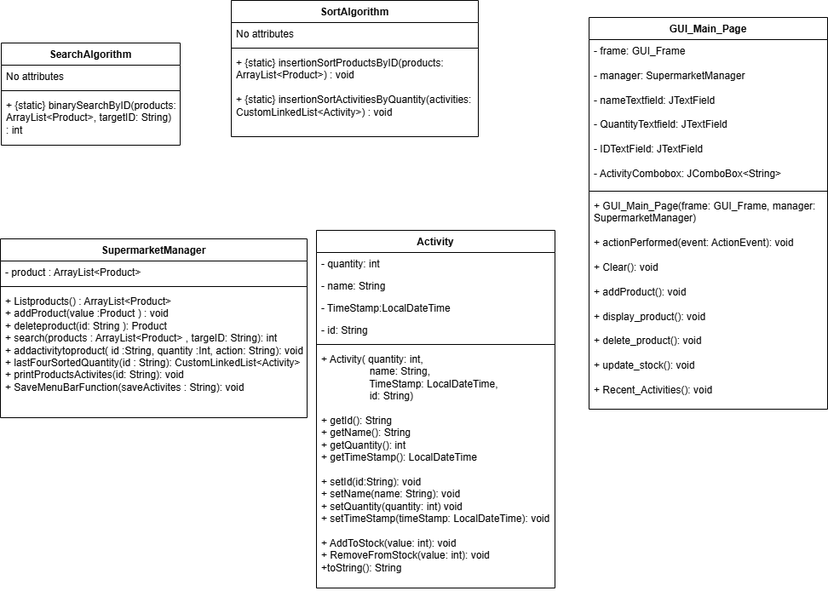
Earlier version of the draw.io export SupermarketMangementSystemUMLdiagram.drawio.png (helgabear26/CS5003-Coursework1-Supermarket-Project). Source tidied: cells renumbered, new cells last; positions are measured from the earlier drawing's top-left corner, leaving out a move shared by most shapes.
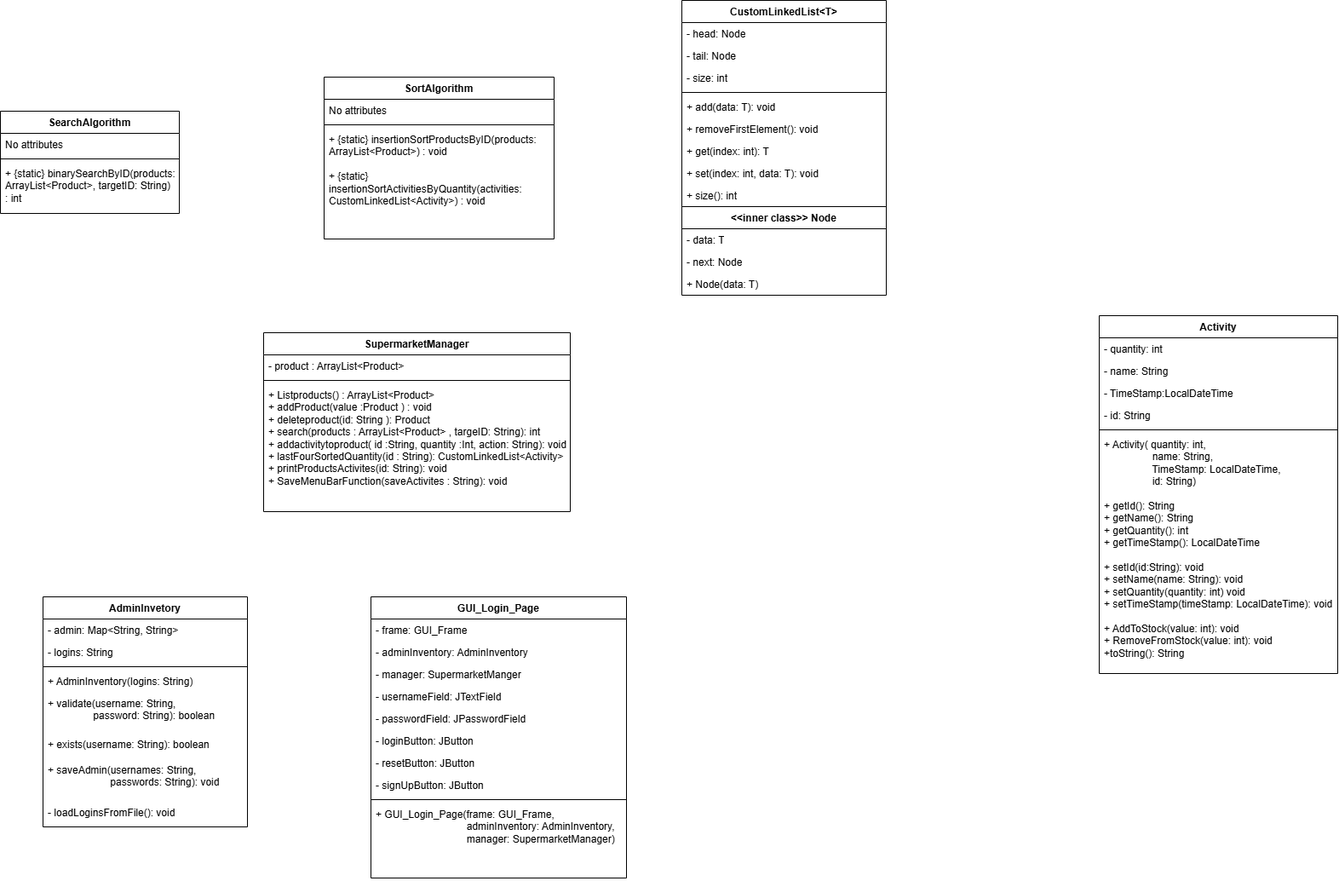
The same file after the commit.

Diff of the diagram source:
```diff
@@ -3,7 +3,7 @@
     <mxCell id="0" />
     <mxCell id="1" parent="0" />
     <mxCell id="2" value="&lt;span style=&quot;background-color: light-dark(#ffffff, var(--ge-dark-color, #121212));&quot;&gt;SearchAlgorithm&lt;/span&gt;" style="swimlane;fontStyle=1;align=center;verticalAlign=top;horizontal=1;startSize=26;whiteSpace=wrap;html=1;" parent="1" vertex="1">
-      <mxGeometry x="1" y="50" width="210" height="120" as="geometry" />
+      <mxGeometry x="-309" y="20" width="210" height="120" as="geometry" />
     </mxCell>
     <mxCell id="3" value="No attributes" style="text;strokeColor=none;fillColor=none;align=left;verticalAlign=top;spacingLeft=4;spacingRight=4;overflow=hidden;whiteSpace=wrap;html=1;" parent="2" vertex="1">
       <mxGeometry y="26" width="210" height="26" as="geometry" />
@@ -15,19 +15,19 @@
       <mxGeometry y="60" width="210" height="60" as="geometry" />
     </mxCell>
     <mxCell id="6" value="SortAlgorithm" style="swimlane;fontStyle=1;align=center;verticalAlign=top;horizontal=1;startSize=26;whiteSpace=wrap;html=1;" parent="1" vertex="1">
-      <mxGeometry x="271" width="290" height="160" as="geometry" />
+      <mxGeometry x="71" y="-20" width="270" height="190" as="geometry" />
     </mxCell>
     <mxCell id="7" value="No attributes" style="text;strokeColor=none;fillColor=none;align=left;verticalAlign=top;spacingLeft=4;spacingRight=4;overflow=hidden;whiteSpace=wrap;html=1;" parent="6" vertex="1">
-      <mxGeometry y="26" width="290" height="26" as="geometry" />
+      <mxGeometry y="26" width="270" height="26" as="geometry" />
     </mxCell>
     <mxCell id="8" style="line;strokeWidth=1;fillColor=none;align=left;verticalAlign=middle;spacingTop=-1;spacingLeft=3;spacingRight=3;labelPosition=right;strokeColor=inherit;" parent="6" vertex="1">
-      <mxGeometry y="52" width="290" height="8" as="geometry" />
+      <mxGeometry y="52" width="270" height="8" as="geometry" />
     </mxCell>
     <mxCell id="9" value="+ {static} insertionSortProductsByID(products: ArrayList&amp;lt;Product&amp;gt;) : void&lt;div&gt;&lt;br&gt;&lt;/div&gt;&lt;div&gt;+&amp;nbsp;&lt;span style=&quot;background-color: transparent; color: light-dark(rgb(0, 0, 0), rgb(255, 255, 255));&quot;&gt;{static} insertionSortActivitiesByQuantity(activities: CustomLinkedList&amp;lt;Activity&amp;gt;) : void&lt;/span&gt;&lt;/div&gt;" style="text;strokeColor=none;fillColor=none;align=left;verticalAlign=top;spacingLeft=4;spacingRight=4;overflow=hidden;whiteSpace=wrap;html=1;" parent="6" vertex="1">
-      <mxGeometry y="60" width="290" height="100" as="geometry" />
+      <mxGeometry y="60" width="270" height="130" as="geometry" />
     </mxCell>
     <mxCell id="10" value="Activity" style="swimlane;fontStyle=1;align=center;verticalAlign=top;horizontal=1;startSize=26;whiteSpace=wrap;html=1;" parent="1" vertex="1">
-      <mxGeometry x="371" y="270" width="280" height="420" as="geometry" />
+      <mxGeometry x="981" y="260" width="280" height="420" as="geometry" />
     </mxCell>
     <mxCell id="11" value="- quantity: int" style="text;strokeColor=none;fillColor=none;align=left;verticalAlign=top;spacingLeft=4;spacingRight=4;overflow=hidden;whiteSpace=wrap;html=1;" parent="10" vertex="1">
       <mxGeometry y="26" width="280" height="26" as="geometry" />
@@ -59,17 +59,107 @@
     <mxCell id="20" value="+ Listproducts() : ArrayList&amp;lt;Product&amp;gt;&lt;div&gt;+ addProduct(value :&lt;span style=&quot;background-color: transparent; color: light-dark(rgb(0, 0, 0), rgb(255, 255, 255));&quot;&gt;Product&lt;/span&gt;&lt;span style=&quot;background-color: transparent; color: light-dark(rgb(0, 0, 0), rgb(255, 255, 255));&quot;&gt;&amp;nbsp;&lt;/span&gt;&lt;span style=&quot;background-color: transparent; color: light-dark(rgb(0, 0, 0), rgb(255, 255, 255));&quot;&gt;) : void&lt;/span&gt;&lt;/div&gt;&lt;div&gt;+ deleteproduct(id:&amp;nbsp;&lt;span style=&quot;background-color: transparent; color: light-dark(rgb(0, 0, 0), rgb(255, 255, 255));&quot;&gt;String&lt;/span&gt;&lt;span style=&quot;background-color: transparent; color: light-dark(rgb(0, 0, 0), rgb(255, 255, 255));&quot;&gt;&amp;nbsp;&lt;/span&gt;&lt;span style=&quot;background-color: transparent; color: light-dark(rgb(0, 0, 0), rgb(255, 255, 255));&quot;&gt;): Product&lt;/span&gt;&lt;/div&gt;&lt;div&gt;+ search(products :&amp;nbsp;&lt;span style=&quot;background-color: transparent; color: light-dark(rgb(0, 0, 0), rgb(255, 255, 255));&quot;&gt;ArrayList&amp;lt;Product&amp;gt;&lt;/span&gt;&lt;span style=&quot;background-color: transparent; color: light-dark(rgb(0, 0, 0), rgb(255, 255, 255));&quot;&gt;&amp;nbsp;&lt;/span&gt;&lt;span style=&quot;background-color: transparent; color: light-dark(rgb(0, 0, 0), rgb(255, 255, 255));&quot;&gt;, targeID:&amp;nbsp;&lt;/span&gt;&lt;span style=&quot;background-color: transparent; color: light-dark(rgb(0, 0, 0), rgb(255, 255, 255));&quot;&gt;String)&lt;/span&gt;&lt;span style=&quot;background-color: transparent; color: light-dark(rgb(0, 0, 0), rgb(255, 255, 255));&quot;&gt;: int&lt;/span&gt;&lt;/div&gt;&lt;div&gt;+ addactivitytoproduct( id :&lt;span style=&quot;background-color: transparent; color: light-dark(rgb(0, 0, 0), rgb(255, 255, 255));&quot;&gt;String&lt;/span&gt;&lt;span style=&quot;background-color: transparent; color: light-dark(rgb(0, 0, 0), rgb(255, 255, 255));&quot;&gt;, quantity :Int, action:&amp;nbsp;&lt;/span&gt;&lt;span style=&quot;background-color: transparent; color: light-dark(rgb(0, 0, 0), rgb(255, 255, 255));&quot;&gt;String&lt;/span&gt;&lt;span style=&quot;background-color: transparent; color: light-dark(rgb(0, 0, 0), rgb(255, 255, 255));&quot;&gt;): void&lt;/span&gt;&lt;/div&gt;&lt;div&gt;+ lastFourSortedQuantity(id :&amp;nbsp;&lt;span style=&quot;background-color: transparent; color: light-dark(rgb(0, 0, 0), rgb(255, 255, 255));&quot;&gt;String&lt;/span&gt;&lt;span style=&quot;background-color: transparent; color: light-dark(rgb(0, 0, 0), rgb(255, 255, 255));&quot;&gt;): CustomLinkedList&amp;lt;Activity&amp;gt;&lt;/span&gt;&lt;/div&gt;&lt;div&gt;+ printProductsActivites(id: String): void&lt;/div&gt;&lt;div&gt;+ SaveMenuBarFunction(saveActivites : String): void&lt;/div&gt;&lt;div&gt;&lt;br&gt;&lt;/div&gt;&lt;div&gt;&lt;br&gt;&lt;/div&gt;" style="text;strokeColor=none;fillColor=none;align=left;verticalAlign=top;spacingLeft=4;spacingRight=4;overflow=hidden;whiteSpace=wrap;html=1;" parent="17" vertex="1">
       <mxGeometry y="60" width="360" height="150" as="geometry" />
     </mxCell>
-    <mxCell id="21" value="GUI_Main_Page" style="swimlane;fontStyle=1;align=center;verticalAlign=top;horizontal=1;startSize=26;whiteSpace=wrap;html=1;" parent="1" vertex="1">
-      <mxGeometry x="691" y="20" width="280" height="460" as="geometry" />
-    </mxCell>
-    <mxCell id="22" value="- frame: GUI_Frame&lt;div&gt;&lt;br&gt;&lt;div&gt;- manager: SupermarketManager&lt;/div&gt;&lt;/div&gt;&lt;div&gt;&lt;br&gt;&lt;/div&gt;&lt;div&gt;- nameTextfield: JTextField&lt;/div&gt;&lt;div&gt;&lt;br&gt;&lt;/div&gt;&lt;div&gt;- QuantityTextfield: JTextField&lt;/div&gt;&lt;div&gt;&lt;br&gt;&lt;/div&gt;&lt;div&gt;- IDTextField: JTextField&lt;/div&gt;&lt;div&gt;&lt;br&gt;&lt;/div&gt;&lt;div&gt;- ActivityCombobox: JComboBox&amp;lt;String&amp;gt;&lt;/div&gt;" style="text;strokeColor=none;fillColor=none;align=left;verticalAlign=top;spacingLeft=4;spacingRight=4;overflow=hidden;whiteSpace=wrap;html=1;" parent="21" vertex="1">
-      <mxGeometry y="26" width="280" height="174" as="geometry" />
-    </mxCell>
-    <mxCell id="23" style="line;strokeWidth=1;fillColor=none;align=left;verticalAlign=middle;spacingTop=-1;spacingLeft=3;spacingRight=3;labelPosition=right;strokeColor=inherit;" parent="21" vertex="1">
-      <mxGeometry y="200" width="280" height="8" as="geometry" />
-    </mxCell>
-    <mxCell id="24" value="+ GUI_Main_Page(frame: GUI_Frame, manager: SupermarketManager)&lt;div&gt;&lt;br&gt;&lt;/div&gt;&lt;div&gt;+ actionPerformed(event: ActionEvent): void&lt;/div&gt;&lt;div&gt;&lt;br&gt;&lt;/div&gt;&lt;div&gt;+ Clear(): void&lt;/div&gt;&lt;div&gt;&lt;br&gt;&lt;/div&gt;&lt;div&gt;+ addProduct(): void&lt;/div&gt;&lt;div&gt;&lt;br&gt;&lt;/div&gt;&lt;div&gt;+ display_product(): void&lt;/div&gt;&lt;div&gt;&lt;br&gt;&lt;/div&gt;&lt;div&gt;+ delete_product(): void&lt;/div&gt;&lt;div&gt;&lt;br&gt;&lt;/div&gt;&lt;div&gt;+ update_stock(): void&lt;/div&gt;&lt;div&gt;&lt;br&gt;&lt;/div&gt;&lt;div&gt;+ Recent_Activities(): void&lt;/div&gt;" style="text;strokeColor=none;fillColor=none;align=left;verticalAlign=top;spacingLeft=4;spacingRight=4;overflow=hidden;whiteSpace=wrap;html=1;" parent="21" vertex="1">
-      <mxGeometry y="208" width="280" height="252" as="geometry" />
-    </mxCell>
+    <mxCell id="25" value="CustomLinkedList&amp;lt;T&amp;gt;" style="swimlane;fontStyle=1;align=center;verticalAlign=top;horizontal=1;startSize=26;whiteSpace=wrap;html=1;" parent="1" vertex="1">
+      <mxGeometry x="491" y="-110" width="240" height="346" as="geometry" />
+    </mxCell>
+    <mxCell id="26" value="- head: Node" style="text;strokeColor=none;fillColor=none;align=left;verticalAlign=top;spacingLeft=4;spacingRight=4;overflow=hidden;whiteSpace=wrap;html=1;" parent="25" vertex="1">
+      <mxGeometry y="26" width="240" height="26" as="geometry" />
+    </mxCell>
+    <mxCell id="27" value="- tail: Node&amp;nbsp;" style="text;strokeColor=none;fillColor=none;align=left;verticalAlign=top;spacingLeft=4;spacingRight=4;overflow=hidden;whiteSpace=wrap;html=1;" parent="25" vertex="1">
+      <mxGeometry y="52" width="240" height="26" as="geometry" />
+    </mxCell>
+    <mxCell id="28" value="- size: int" style="text;strokeColor=none;fillColor=none;align=left;verticalAlign=top;spacingLeft=4;spacingRight=4;overflow=hidden;whiteSpace=wrap;html=1;" parent="25" vertex="1">
+      <mxGeometry y="78" width="240" height="26" as="geometry" />
+    </mxCell>
+    <mxCell id="29" style="line;strokeWidth=1;fillColor=none;align=left;verticalAlign=middle;spacingTop=-1;spacingLeft=3;spacingRight=3;labelPosition=right;strokeColor=inherit;" parent="25" vertex="1">
+      <mxGeometry y="104" width="240" height="8" as="geometry" />
+    </mxCell>
+    <mxCell id="30" value="+ add(data: T): void" style="text;strokeColor=none;fillColor=none;align=left;verticalAlign=top;spacingLeft=4;spacingRight=4;overflow=hidden;whiteSpace=wrap;html=1;" parent="25" vertex="1">
+      <mxGeometry y="112" width="240" height="26" as="geometry" />
+    </mxCell>
+    <mxCell id="31" value="+ removeFirstElement(): void" style="text;strokeColor=none;fillColor=none;align=left;verticalAlign=top;spacingLeft=4;spacingRight=4;overflow=hidden;whiteSpace=wrap;html=1;" parent="25" vertex="1">
+      <mxGeometry y="138" width="240" height="26" as="geometry" />
+    </mxCell>
+    <mxCell id="32" value="+ get(index: int): T" style="text;strokeColor=none;fillColor=none;align=left;verticalAlign=top;spacingLeft=4;spacingRight=4;overflow=hidden;whiteSpace=wrap;html=1;" parent="25" vertex="1">
+      <mxGeometry y="164" width="240" height="26" as="geometry" />
+    </mxCell>
+    <mxCell id="33" value="+ set(index: int, data: T): void" style="text;strokeColor=none;fillColor=none;align=left;verticalAlign=top;spacingLeft=4;spacingRight=4;overflow=hidden;whiteSpace=wrap;html=1;" parent="25" vertex="1">
+      <mxGeometry y="190" width="240" height="26" as="geometry" />
+    </mxCell>
+    <mxCell id="34" value="+ size(): int" style="text;strokeColor=none;fillColor=none;align=left;verticalAlign=top;spacingLeft=4;spacingRight=4;overflow=hidden;whiteSpace=wrap;html=1;" parent="25" vertex="1">
+      <mxGeometry y="216" width="240" height="26" as="geometry" />
+    </mxCell>
+    <mxCell id="35" value="&lt;div style=&quot;&quot;&gt;&lt;b&gt;&amp;lt;&amp;lt;inner class&amp;gt;&amp;gt; Node&lt;/b&gt;&lt;/div&gt;" style="text;strokeColor=default;fillColor=default;align=center;verticalAlign=top;spacingLeft=4;spacingRight=4;overflow=hidden;whiteSpace=wrap;html=1;" parent="25" vertex="1">
+      <mxGeometry y="242" width="240" height="26" as="geometry" />
+    </mxCell>
+    <mxCell id="36" value="&lt;div style=&quot;&quot;&gt;- data: T&lt;/div&gt;" style="text;strokeColor=none;fillColor=none;align=left;verticalAlign=top;spacingLeft=4;spacingRight=4;overflow=hidden;whiteSpace=wrap;html=1;" parent="25" vertex="1">
+      <mxGeometry y="268" width="240" height="26" as="geometry" />
+    </mxCell>
+    <mxCell id="37" value="&lt;div style=&quot;&quot;&gt;- next: Node&lt;/div&gt;" style="text;strokeColor=none;fillColor=none;align=left;verticalAlign=top;spacingLeft=4;spacingRight=4;overflow=hidden;whiteSpace=wrap;html=1;" parent="25" vertex="1">
+      <mxGeometry y="294" width="240" height="26" as="geometry" />
+    </mxCell>
+    <mxCell id="38" value="&lt;div style=&quot;&quot;&gt;+ Node(data: T)&lt;/div&gt;" style="text;strokeColor=none;fillColor=none;align=left;verticalAlign=top;spacingLeft=4;spacingRight=4;overflow=hidden;whiteSpace=wrap;html=1;" parent="25" vertex="1">
+      <mxGeometry y="320" width="240" height="26" as="geometry" />
+    </mxCell>
+    <mxCell id="39" value="AdminInvetory" style="swimlane;fontStyle=1;align=center;verticalAlign=top;horizontal=1;startSize=26;whiteSpace=wrap;html=1;" parent="1" vertex="1">
+      <mxGeometry x="-259" y="590" width="240" height="270" as="geometry" />
+    </mxCell>
+    <mxCell id="40" value="- admin: Map&amp;lt;String, String&amp;gt;" style="text;strokeColor=none;fillColor=none;align=left;verticalAlign=top;spacingLeft=4;spacingRight=4;overflow=hidden;whiteSpace=wrap;html=1;" parent="39" vertex="1">
+      <mxGeometry y="26" width="240" height="26" as="geometry" />
+    </mxCell>
+    <mxCell id="41" value="- logins: String" style="text;strokeColor=none;fillColor=none;align=left;verticalAlign=top;spacingLeft=4;spacingRight=4;overflow=hidden;whiteSpace=wrap;html=1;" parent="39" vertex="1">
+      <mxGeometry y="52" width="240" height="26" as="geometry" />
+    </mxCell>
+    <mxCell id="42" style="line;strokeWidth=1;fillColor=none;align=left;verticalAlign=middle;spacingTop=-1;spacingLeft=3;spacingRight=3;labelPosition=right;strokeColor=inherit;" parent="39" vertex="1">
+      <mxGeometry y="78" width="240" height="8" as="geometry" />
+    </mxCell>
+    <mxCell id="43" value="+ AdminInventory(logins: String)" style="text;strokeColor=none;fillColor=none;align=left;verticalAlign=top;spacingLeft=4;spacingRight=4;overflow=hidden;whiteSpace=wrap;html=1;" parent="39" vertex="1">
+      <mxGeometry y="86" width="240" height="26" as="geometry" />
+    </mxCell>
+    <mxCell id="44" value="+ validate(username: String,&amp;nbsp;&lt;div&gt;&lt;span style=&quot;white-space: pre;&quot;&gt;&#9;&lt;/span&gt;&lt;span style=&quot;white-space: pre;&quot;&gt;&#9;&lt;/span&gt;password: String): boolean&lt;/div&gt;" style="text;strokeColor=none;fillColor=none;align=left;verticalAlign=top;spacingLeft=4;spacingRight=4;overflow=hidden;whiteSpace=wrap;html=1;" parent="39" vertex="1">
+      <mxGeometry y="112" width="240" height="48" as="geometry" />
+    </mxCell>
+    <mxCell id="45" value="+ exists(username: String): boolean" style="text;strokeColor=none;fillColor=none;align=left;verticalAlign=top;spacingLeft=4;spacingRight=4;overflow=hidden;whiteSpace=wrap;html=1;" parent="39" vertex="1">
+      <mxGeometry y="160" width="240" height="30" as="geometry" />
+    </mxCell>
+    <mxCell id="46" value="+ saveAdmin(usernames: String,&lt;div&gt;&lt;span style=&quot;white-space: pre;&quot;&gt;&#9;&lt;/span&gt;&lt;span style=&quot;white-space: pre;&quot;&gt;&#9;&lt;/span&gt;&amp;nbsp; &amp;nbsp; &amp;nbsp; passwords: String): void&lt;/div&gt;" style="text;strokeColor=none;fillColor=none;align=left;verticalAlign=top;spacingLeft=4;spacingRight=4;overflow=hidden;whiteSpace=wrap;html=1;" parent="39" vertex="1">
+      <mxGeometry y="190" width="240" height="50" as="geometry" />
+    </mxCell>
+    <mxCell id="47" value="- loadLoginsFromFile(): void" style="text;strokeColor=none;fillColor=none;align=left;verticalAlign=top;spacingLeft=4;spacingRight=4;overflow=hidden;whiteSpace=wrap;html=1;" parent="39" vertex="1">
+      <mxGeometry y="240" width="240" height="30" as="geometry" />
+    </mxCell>
+    <mxCell id="48" value="GUI_Login_Page" style="swimlane;fontStyle=1;align=center;verticalAlign=top;horizontal=1;startSize=26;whiteSpace=wrap;html=1;" parent="1" vertex="1">
+      <mxGeometry x="126" y="590" width="300" height="330" as="geometry" />
+    </mxCell>
+    <mxCell id="49" value="- frame: GUI_Frame" style="text;strokeColor=none;fillColor=none;align=left;verticalAlign=top;spacingLeft=4;spacingRight=4;overflow=hidden;whiteSpace=wrap;html=1;" parent="48" vertex="1">
+      <mxGeometry y="26" width="300" height="26" as="geometry" />
+    </mxCell>
+    <mxCell id="50" value="- adminInventory: AdminInventory" style="text;strokeColor=none;fillColor=none;align=left;verticalAlign=top;spacingLeft=4;spacingRight=4;overflow=hidden;whiteSpace=wrap;html=1;" parent="48" vertex="1">
+      <mxGeometry y="52" width="300" height="26" as="geometry" />
+    </mxCell>
+    <mxCell id="51" value="- manager: SupermarketManger" style="text;strokeColor=none;fillColor=none;align=left;verticalAlign=top;spacingLeft=4;spacingRight=4;overflow=hidden;whiteSpace=wrap;html=1;" parent="48" vertex="1">
+      <mxGeometry y="78" width="300" height="26" as="geometry" />
+    </mxCell>
+    <mxCell id="52" value="- usernameField: JTextField" style="text;strokeColor=none;fillColor=none;align=left;verticalAlign=top;spacingLeft=4;spacingRight=4;overflow=hidden;whiteSpace=wrap;html=1;" parent="48" vertex="1">
+      <mxGeometry y="104" width="300" height="26" as="geometry" />
+    </mxCell>
+    <mxCell id="53" value="- passwordField: JPasswordField" style="text;strokeColor=none;fillColor=none;align=left;verticalAlign=top;spacingLeft=4;spacingRight=4;overflow=hidden;whiteSpace=wrap;html=1;" parent="48" vertex="1">
+      <mxGeometry y="130" width="300" height="26" as="geometry" />
+    </mxCell>
+    <mxCell id="54" value="- loginButton: JButton" style="text;strokeColor=none;fillColor=none;align=left;verticalAlign=top;spacingLeft=4;spacingRight=4;overflow=hidden;whiteSpace=wrap;html=1;" parent="48" vertex="1">
+      <mxGeometry y="156" width="300" height="26" as="geometry" />
+    </mxCell>
+    <mxCell id="55" value="- resetButton: JButton" style="text;strokeColor=none;fillColor=none;align=left;verticalAlign=top;spacingLeft=4;spacingRight=4;overflow=hidden;whiteSpace=wrap;html=1;" parent="48" vertex="1">
+      <mxGeometry y="182" width="300" height="26" as="geometry" />
+    </mxCell>
+    <mxCell id="56" value="- signUpButton: JButton" style="text;strokeColor=none;fillColor=none;align=left;verticalAlign=top;spacingLeft=4;spacingRight=4;overflow=hidden;whiteSpace=wrap;html=1;" parent="48" vertex="1">
+      <mxGeometry y="208" width="300" height="26" as="geometry" />
+    </mxCell>
+    <mxCell id="57" style="line;strokeWidth=1;fillColor=none;align=left;verticalAlign=middle;spacingTop=-1;spacingLeft=3;spacingRight=3;labelPosition=right;strokeColor=inherit;" parent="48" vertex="1">
+      <mxGeometry y="234" width="300" height="8" as="geometry" />
+    </mxCell>
+    <mxCell id="58" value="+ GUI_Login_Page(frame: GUI_Frame,&lt;div&gt;&lt;span style=&quot;white-space: pre;&quot;&gt;&#9;&lt;/span&gt;&lt;span style=&quot;white-space: pre;&quot;&gt;&#9;&lt;/span&gt;&lt;span style=&quot;white-space: pre;&quot;&gt;&#9;&lt;/span&gt;&lt;span style=&quot;white-space: pre;&quot;&gt;&#9;&lt;/span&gt;adminInventory: AdminInventory,&amp;nbsp;&lt;/div&gt;&lt;div&gt;&lt;span style=&quot;white-space: pre;&quot;&gt;&#9;&lt;/span&gt;&lt;span style=&quot;white-space: pre;&quot;&gt;&#9;&lt;/span&gt;&lt;span style=&quot;white-space: pre;&quot;&gt;&#9;&lt;/span&gt;&lt;span style=&quot;white-space: pre;&quot;&gt;&#9;&lt;/span&gt;manager: SupermarketManager)&lt;/div&gt;" style="text;strokeColor=none;fillColor=none;align=left;verticalAlign=top;spacingLeft=4;spacingRight=4;overflow=hidden;whiteSpace=wrap;html=1;" parent="48" vertex="1">
+      <mxGeometry y="242" width="300" height="88" as="geometry" />
+    </mxCell>
   </root>
 </mxGraphModel>
```
